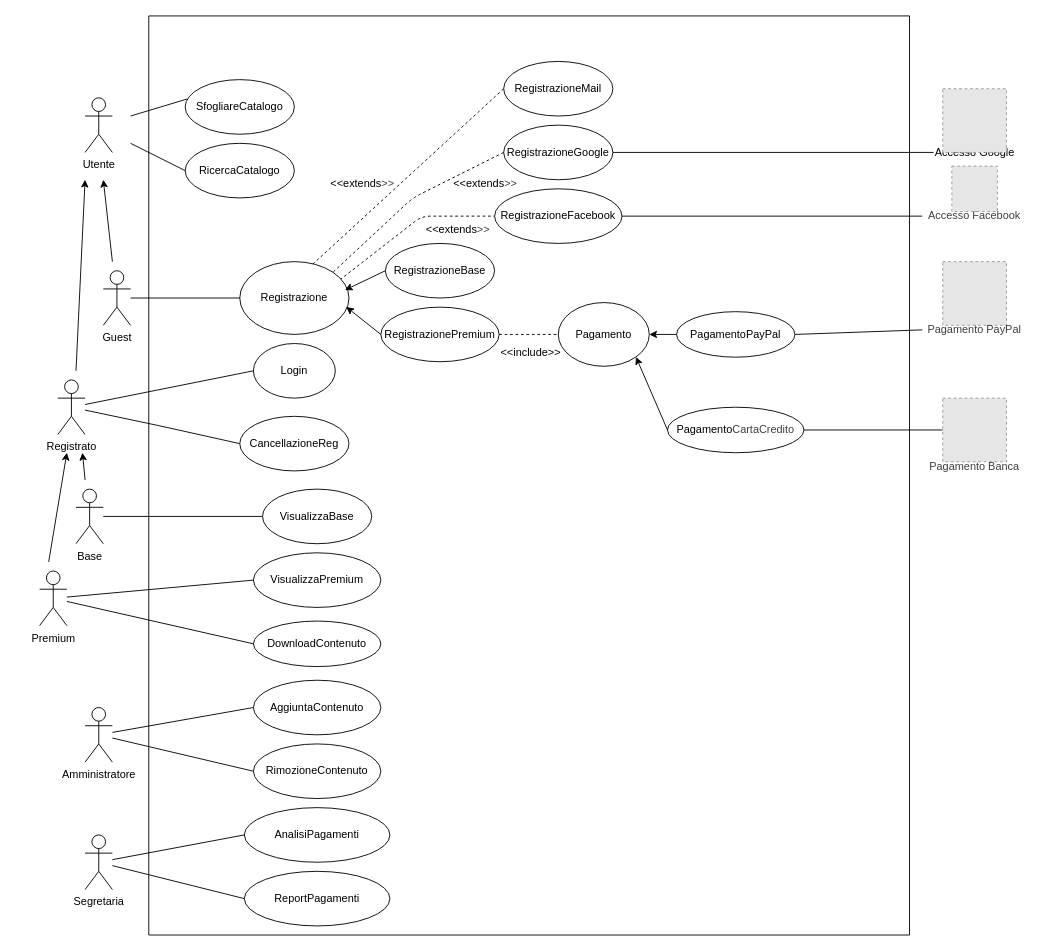
Earlier version of the draw.io diagram Lab1/ucdiagram.drawio (NotUmberto/progetto_fis1). Source tidied: cells renumbered, new cells numbered last; positions are measured from the earlier drawing's top-left corner, leaving out a move shared by most shapes. Both pictures are drawn from the tidied source at 91%, with x=0, y=0 at pixel (39, 15). Pictures stored in the file or linked from it are replaced by grey dashed boxes.
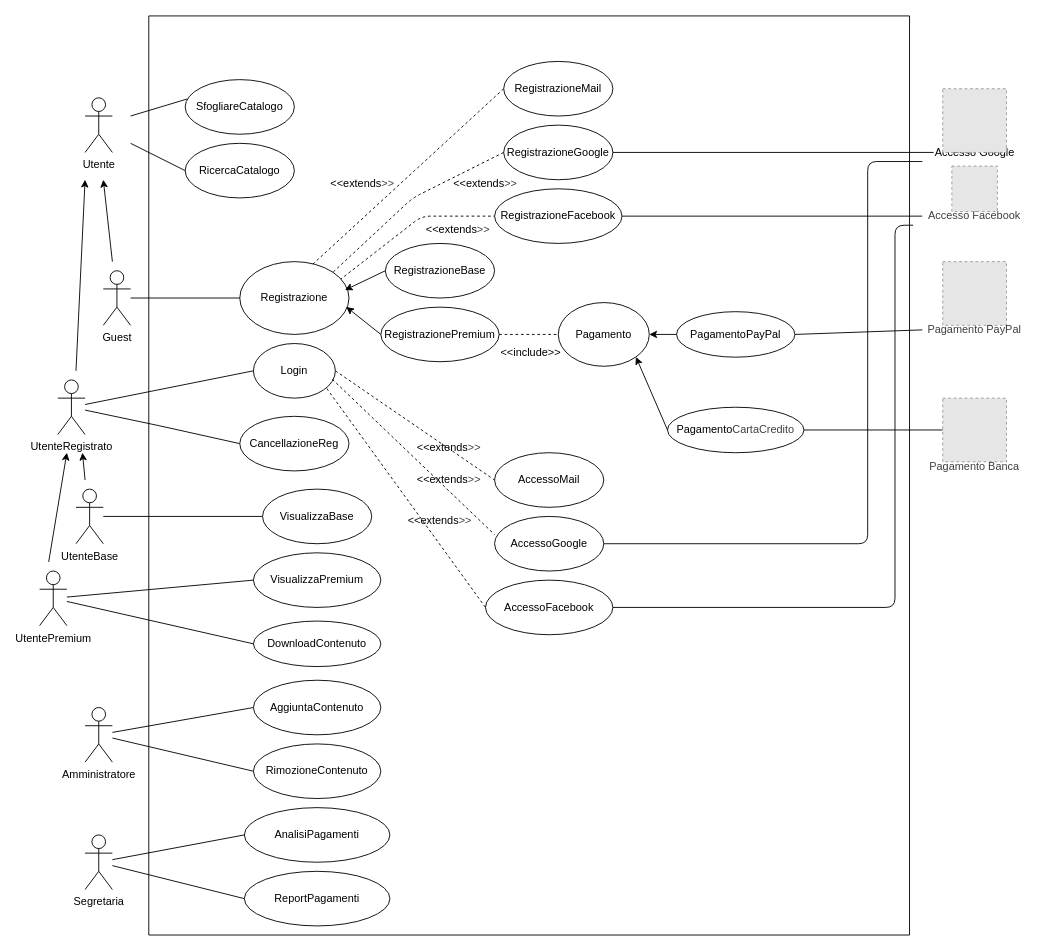
The same diagram, later.

Commit message (it also covers changes not shown here):
refactor: update use case diagram actor names and XML element formatting

Unchanged cells that the change refers to:
```xml
<mxCell id="33" value=" " style="swimlane;startSize=0;" parent="1" vertex="1">
  <mxGeometry x="120" width="836" height="1010" as="geometry" />
</mxCell>
<mxCell id="51" value="Login" style="ellipse;whiteSpace=wrap;html=1;shapeInside=1;" parent="33" vertex="1">
  <mxGeometry x="115" y="360" width="90" height="60" as="geometry" />
</mxCell>
```

The edit, as a diff of the source:
```diff
@@
-    <mxCell id="2" value="Base" style="shape=umlActor;verticalLabelPosition=bottom;verticalAlign=top;html=1;outlineConnect=0;" parent="1" vertex="1">
+    <mxCell id="2" value="UtenteBase" style="shape=umlActor;verticalLabelPosition=bottom;verticalAlign=top;html=1;outlineConnect=0;" parent="1" vertex="1">
       <mxGeometry x="40" y="520" width="30" height="60" as="geometry" />
     </mxCell>
@@
-    <mxCell id="4" value="Premium" style="shape=umlActor;verticalLabelPosition=bottom;verticalAlign=top;html=1;outlineConnect=0;" parent="1" vertex="1">
+    <mxCell id="4" value="UtentePremium" style="shape=umlActor;verticalLabelPosition=bottom;verticalAlign=top;html=1;outlineConnect=0;" parent="1" vertex="1">
       <mxGeometry y="610" width="30" height="60" as="geometry" />
     </mxCell>
-    <mxCell id="5" value="Registrato" style="shape=umlActor;verticalLabelPosition=bottom;verticalAlign=top;html=1;outlineConnect=0;" parent="1" vertex="1">
+    <mxCell id="5" value="UtenteRegistrato" style="shape=umlActor;verticalLabelPosition=bottom;verticalAlign=top;html=1;outlineConnect=0;" parent="1" vertex="1">
       <mxGeometry x="20" y="400" width="30" height="60" as="geometry" />
     </mxCell>
@@
+    <mxCell id="70" style="edgeStyle=none;html=1;entryX=0;entryY=0.5;entryDx=0;entryDy=0;endArrow=none;endFill=0;dashed=1;exitX=1;exitY=0.5;exitDx=0;exitDy=0;" parent="33" edge="1" source="51" target="71">
+      <mxGeometry relative="1" as="geometry" />
+    </mxCell>
@@
+    <mxCell id="71" value="&lt;div&gt;AccessoMail&lt;/div&gt;" style="ellipse;whiteSpace=wrap;html=1;shapeInside=1;" parent="33" vertex="1">
+      <mxGeometry x="380" y="480" width="120" height="60" as="geometry" />
+    </mxCell>
+    <mxCell id="72" value="&lt;div&gt;AccessoGoogle&lt;/div&gt;" style="ellipse;whiteSpace=wrap;html=1;shapeInside=1;" parent="33" vertex="1">
+      <mxGeometry x="380" y="550" width="120" height="60" as="geometry" />
+    </mxCell>
+    <mxCell id="73" value="&lt;div&gt;AccessoFacebook&lt;/div&gt;" style="ellipse;whiteSpace=wrap;html=1;shapeInside=1;" parent="33" vertex="1">
+      <mxGeometry x="370" y="620" width="140" height="60" as="geometry" />
+    </mxCell>
+    <mxCell id="74" style="edgeStyle=none;html=1;entryX=0;entryY=0.333;entryDx=0;entryDy=0;endArrow=none;endFill=0;dashed=1;exitX=0.963;exitY=0.655;exitDx=0;exitDy=0;entryPerimeter=0;exitPerimeter=0;" parent="33" edge="1" source="51" target="72">
+      <mxGeometry relative="1" as="geometry" />
+    </mxCell>
+    <mxCell id="75" style="edgeStyle=none;html=1;entryX=0;entryY=0.5;entryDx=0;entryDy=0;endArrow=none;endFill=0;dashed=1;exitX=0.896;exitY=0.825;exitDx=0;exitDy=0;exitPerimeter=0;" parent="33" edge="1" source="51" target="73">
+      <mxGeometry relative="1" as="geometry" />
+    </mxCell>
+    <mxCell id="76" value="&amp;lt;&amp;lt;extends&lt;span style=&quot;color: rgb(63, 63, 63); background-color: transparent;&quot;&gt;&amp;gt;&amp;gt;&lt;/span&gt;" style="text;html=1;whiteSpace=wrap;strokeColor=none;fillColor=none;align=center;verticalAlign=middle;rounded=0;" parent="33" vertex="1">
+      <mxGeometry x="300" y="460" width="60" height="30" as="geometry" />
+    </mxCell>
+    <mxCell id="77" value="&amp;lt;&amp;lt;extends&lt;span style=&quot;color: rgb(63, 63, 63); background-color: transparent;&quot;&gt;&amp;gt;&amp;gt;&lt;/span&gt;" style="text;html=1;whiteSpace=wrap;strokeColor=none;fillColor=none;align=center;verticalAlign=middle;rounded=0;" parent="33" vertex="1">
+      <mxGeometry x="300" y="495" width="60" height="30" as="geometry" />
+    </mxCell>
+    <mxCell id="78" value="&amp;lt;&amp;lt;extends&lt;span style=&quot;color: rgb(63, 63, 63); background-color: transparent;&quot;&gt;&amp;gt;&amp;gt;&lt;/span&gt;" style="text;html=1;whiteSpace=wrap;strokeColor=none;fillColor=none;align=center;verticalAlign=middle;rounded=0;" parent="33" vertex="1">
+      <mxGeometry x="290" y="540" width="60" height="30" as="geometry" />
+    </mxCell>
@@
+    <mxCell id="79" style="edgeStyle=none;html=1;exitX=1;exitY=0.5;exitDx=0;exitDy=0;endArrow=none;endFill=0;" parent="1" edge="1" source="72">
+      <mxGeometry relative="1" as="geometry">
+        <mxPoint x="970" y="160" as="targetPoint" />
+        <Array as="points">
+          <mxPoint x="910" y="580" />
+          <mxPoint x="910" y="160" />
+        </Array>
+      </mxGeometry>
+    </mxCell>
+    <mxCell id="80" style="edgeStyle=none;html=1;exitX=1;exitY=0.5;exitDx=0;exitDy=0;endArrow=none;endFill=0;" parent="1" edge="1" source="73">
+      <mxGeometry relative="1" as="geometry">
+        <mxPoint x="960" y="230" as="targetPoint" />
+        <Array as="points">
+          <mxPoint x="940" y="650" />
+          <mxPoint x="940" y="230" />
+        </Array>
+      </mxGeometry>
+    </mxCell>
```
